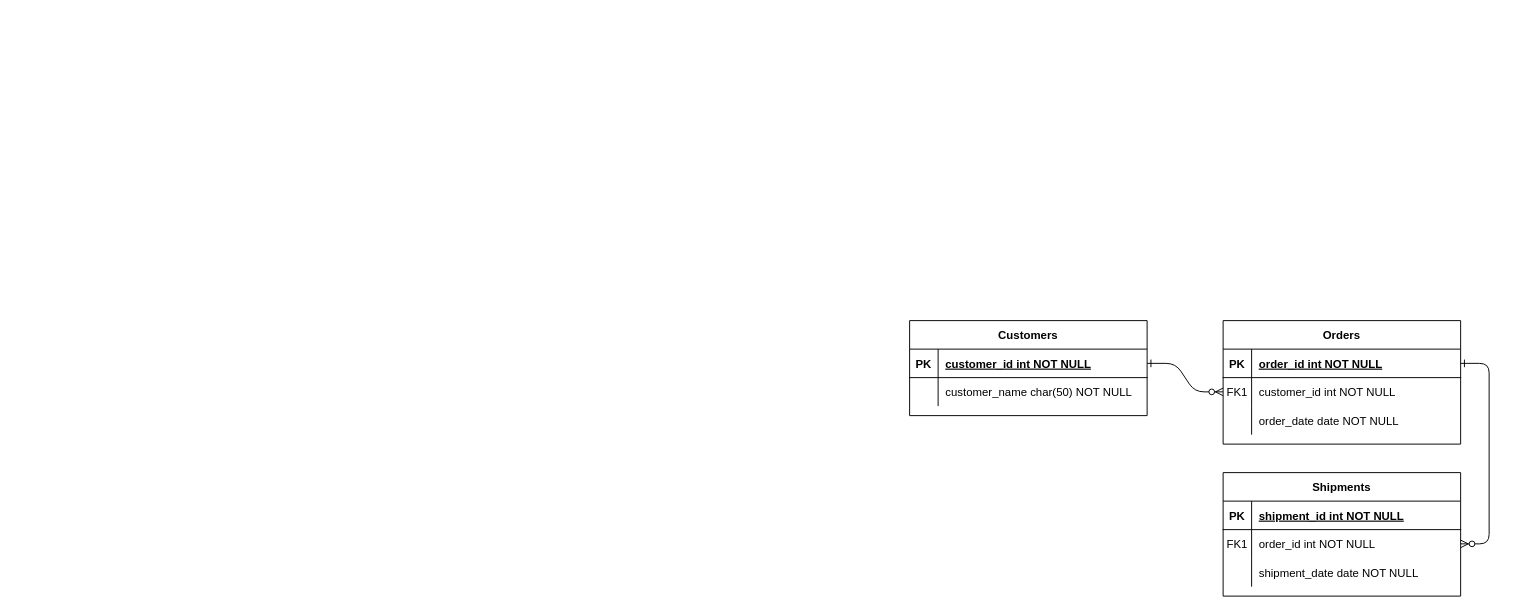
Before: starspace/Untitled Diagram.drawio in DemoNicky/technical-test, a draw.io diagram. Source tidied: cells renumbered, new cells numbered last; positions are measured from the earlier drawing's top-left corner, leaving out a move shared by most shapes. Both pictures are drawn from the tidied source at 95%, with x=0, y=0 at pixel (909, 320).
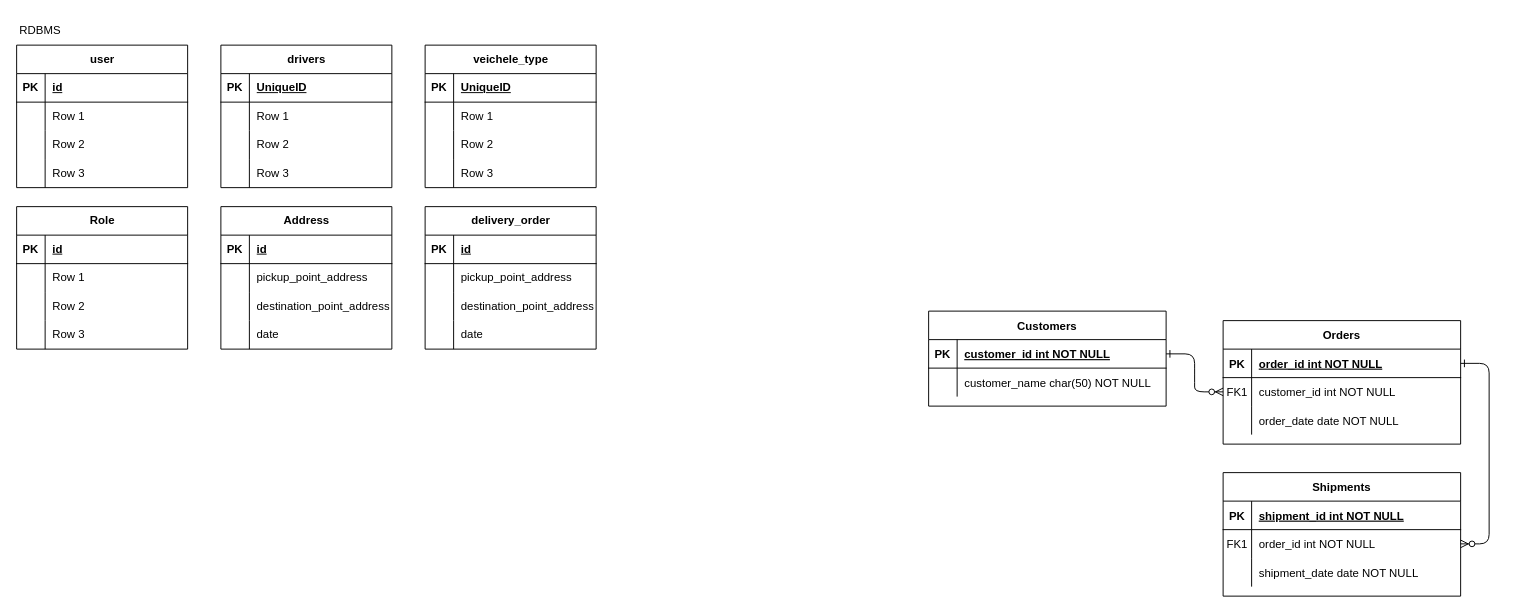
Above is the later version.

Change to the diagram source:
```diff
@@
     <mxCell id="24" value="Customers" style="shape=table;startSize=30;childLayout=tableLayout;rowLines=0;fontStyle=1;align=center;" parent="1" vertex="1">
-      <mxGeometry width="250" height="100" as="geometry" />
+      <mxGeometry x="20" y="-10" width="250" height="100" as="geometry" />
     </mxCell>
@@
+    <mxCell id="31" value="RDBMS" style="text;html=1;align=center;verticalAlign=middle;whiteSpace=wrap;rounded=0;" parent="1" vertex="1">
+      <mxGeometry x="-940" y="-320" width="50" height="30" as="geometry" />
+    </mxCell>
+    <mxCell id="32" value="user" style="shape=table;startSize=30;childLayout=tableLayout;rowLines=0;fontStyle=1;align=center;html=1;" parent="1" vertex="1">
+      <mxGeometry x="-940" y="-290" width="180" height="150" as="geometry" />
+    </mxCell>
+    <mxCell id="33" style="shape=tableRow;horizontal=0;startSize=0;swimlaneHead=0;swimlaneBody=0;fillColor=none;top=0;left=0;right=0;bottom=1;" parent="32" vertex="1">
+      <mxGeometry y="30" width="180" height="30" as="geometry" />
+    </mxCell>
+    <mxCell id="34" value="PK" style="shape=partialRectangle;fillColor=none;top=0;left=0;bottom=0;right=0;fontStyle=1;overflow=hidden;whiteSpace=wrap;html=1;" parent="33" vertex="1">
+      <mxGeometry width="30" height="30" as="geometry" />
+    </mxCell>
+    <mxCell id="35" value="id" style="shape=partialRectangle;fillColor=none;top=0;left=0;bottom=0;right=0;align=left;spacingLeft=6;fontStyle=5;overflow=hidden;whiteSpace=wrap;html=1;" parent="33" vertex="1">
+      <mxGeometry x="30" width="150" height="30" as="geometry" />
+    </mxCell>
+    <mxCell id="36" style="shape=tableRow;horizontal=0;startSize=0;swimlaneHead=0;swimlaneBody=0;fillColor=none;top=0;left=0;right=0;bottom=0;" parent="32" vertex="1">
+      <mxGeometry y="60" width="180" height="30" as="geometry" />
+    </mxCell>
+    <mxCell id="37" style="shape=partialRectangle;fillColor=none;top=0;left=0;bottom=0;right=0;overflow=hidden;whiteSpace=wrap;html=1;" parent="36" vertex="1">
+      <mxGeometry width="30" height="30" as="geometry" />
+    </mxCell>
+    <mxCell id="38" value="Row 1" style="shape=partialRectangle;fillColor=none;top=0;left=0;bottom=0;right=0;align=left;spacingLeft=6;overflow=hidden;whiteSpace=wrap;html=1;" parent="36" vertex="1">
+      <mxGeometry x="30" width="150" height="30" as="geometry" />
+    </mxCell>
+    <mxCell id="39" style="shape=tableRow;horizontal=0;startSize=0;swimlaneHead=0;swimlaneBody=0;fillColor=none;top=0;left=0;right=0;bottom=0;" parent="32" vertex="1">
+      <mxGeometry y="90" width="180" height="30" as="geometry" />
+    </mxCell>
+    <mxCell id="40" style="shape=partialRectangle;fillColor=none;top=0;left=0;bottom=0;right=0;overflow=hidden;whiteSpace=wrap;html=1;" parent="39" vertex="1">
+      <mxGeometry width="30" height="30" as="geometry" />
+    </mxCell>
+    <mxCell id="41" value="Row 2" style="shape=partialRectangle;fillColor=none;top=0;left=0;bottom=0;right=0;align=left;spacingLeft=6;overflow=hidden;whiteSpace=wrap;html=1;" parent="39" vertex="1">
+      <mxGeometry x="30" width="150" height="30" as="geometry" />
+    </mxCell>
+    <mxCell id="42" style="shape=tableRow;horizontal=0;startSize=0;swimlaneHead=0;swimlaneBody=0;fillColor=none;top=0;left=0;right=0;bottom=0;" parent="32" vertex="1">
+      <mxGeometry y="120" width="180" height="30" as="geometry" />
+    </mxCell>
+    <mxCell id="43" style="shape=partialRectangle;fillColor=none;top=0;left=0;bottom=0;right=0;overflow=hidden;whiteSpace=wrap;html=1;" parent="42" vertex="1">
+      <mxGeometry width="30" height="30" as="geometry" />
+    </mxCell>
+    <mxCell id="44" value="Row 3" style="shape=partialRectangle;fillColor=none;top=0;left=0;bottom=0;right=0;align=left;spacingLeft=6;overflow=hidden;whiteSpace=wrap;html=1;" parent="42" vertex="1">
+      <mxGeometry x="30" width="150" height="30" as="geometry" />
+    </mxCell>
+    <mxCell id="45" value="drivers" style="shape=table;startSize=30;childLayout=tableLayout;rowLines=0;fontStyle=1;align=center;html=1;" parent="1" vertex="1">
+      <mxGeometry x="-725" y="-290" width="180" height="150" as="geometry" />
+    </mxCell>
+    <mxCell id="46" style="shape=tableRow;horizontal=0;startSize=0;swimlaneHead=0;swimlaneBody=0;fillColor=none;top=0;left=0;right=0;bottom=1;" parent="45" vertex="1">
+      <mxGeometry y="30" width="180" height="30" as="geometry" />
+    </mxCell>
+    <mxCell id="47" value="PK" style="shape=partialRectangle;fillColor=none;top=0;left=0;bottom=0;right=0;fontStyle=1;overflow=hidden;whiteSpace=wrap;html=1;" parent="46" vertex="1">
+      <mxGeometry width="30" height="30" as="geometry" />
+    </mxCell>
+    <mxCell id="48" value="UniqueID" style="shape=partialRectangle;fillColor=none;top=0;left=0;bottom=0;right=0;align=left;spacingLeft=6;fontStyle=5;overflow=hidden;whiteSpace=wrap;html=1;" parent="46" vertex="1">
+      <mxGeometry x="30" width="150" height="30" as="geometry" />
+    </mxCell>
+    <mxCell id="49" style="shape=tableRow;horizontal=0;startSize=0;swimlaneHead=0;swimlaneBody=0;fillColor=none;top=0;left=0;right=0;bottom=0;" parent="45" vertex="1">
+      <mxGeometry y="60" width="180" height="30" as="geometry" />
+    </mxCell>
+    <mxCell id="50" style="shape=partialRectangle;fillColor=none;top=0;left=0;bottom=0;right=0;overflow=hidden;whiteSpace=wrap;html=1;" parent="49" vertex="1">
+      <mxGeometry width="30" height="30" as="geometry" />
+    </mxCell>
+    <mxCell id="51" value="Row 1" style="shape=partialRectangle;fillColor=none;top=0;left=0;bottom=0;right=0;align=left;spacingLeft=6;overflow=hidden;whiteSpace=wrap;html=1;" parent="49" vertex="1">
+      <mxGeometry x="30" width="150" height="30" as="geometry" />
+    </mxCell>
+    <mxCell id="52" style="shape=tableRow;horizontal=0;startSize=0;swimlaneHead=0;swimlaneBody=0;fillColor=none;top=0;left=0;right=0;bottom=0;" parent="45" vertex="1">
+      <mxGeometry y="90" width="180" height="30" as="geometry" />
+    </mxCell>
+    <mxCell id="53" style="shape=partialRectangle;fillColor=none;top=0;left=0;bottom=0;right=0;overflow=hidden;whiteSpace=wrap;html=1;" parent="52" vertex="1">
+      <mxGeometry width="30" height="30" as="geometry" />
+    </mxCell>
+    <mxCell id="54" value="Row 2" style="shape=partialRectangle;fillColor=none;top=0;left=0;bottom=0;right=0;align=left;spacingLeft=6;overflow=hidden;whiteSpace=wrap;html=1;" parent="52" vertex="1">
+      <mxGeometry x="30" width="150" height="30" as="geometry" />
+    </mxCell>
+    <mxCell id="55" style="shape=tableRow;horizontal=0;startSize=0;swimlaneHead=0;swimlaneBody=0;fillColor=none;top=0;left=0;right=0;bottom=0;" parent="45" vertex="1">
+      <mxGeometry y="120" width="180" height="30" as="geometry" />
+    </mxCell>
+    <mxCell id="56" style="shape=partialRectangle;fillColor=none;top=0;left=0;bottom=0;right=0;overflow=hidden;whiteSpace=wrap;html=1;" parent="55" vertex="1">
+      <mxGeometry width="30" height="30" as="geometry" />
+    </mxCell>
+    <mxCell id="57" value="Row 3" style="shape=partialRectangle;fillColor=none;top=0;left=0;bottom=0;right=0;align=left;spacingLeft=6;overflow=hidden;whiteSpace=wrap;html=1;" parent="55" vertex="1">
+      <mxGeometry x="30" width="150" height="30" as="geometry" />
+    </mxCell>
+    <mxCell id="58" value="veichele_type" style="shape=table;startSize=30;childLayout=tableLayout;rowLines=0;fontStyle=1;align=center;html=1;" parent="1" vertex="1">
+      <mxGeometry x="-510" y="-290" width="180" height="150" as="geometry" />
+    </mxCell>
+    <mxCell id="59" style="shape=tableRow;horizontal=0;startSize=0;swimlaneHead=0;swimlaneBody=0;fillColor=none;top=0;left=0;right=0;bottom=1;" parent="58" vertex="1">
+      <mxGeometry y="30" width="180" height="30" as="geometry" />
+    </mxCell>
+    <mxCell id="60" value="PK" style="shape=partialRectangle;fillColor=none;top=0;left=0;bottom=0;right=0;fontStyle=1;overflow=hidden;whiteSpace=wrap;html=1;" parent="59" vertex="1">
+      <mxGeometry width="30" height="30" as="geometry" />
+    </mxCell>
+    <mxCell id="61" value="UniqueID" style="shape=partialRectangle;fillColor=none;top=0;left=0;bottom=0;right=0;align=left;spacingLeft=6;fontStyle=5;overflow=hidden;whiteSpace=wrap;html=1;" parent="59" vertex="1">
+      <mxGeometry x="30" width="150" height="30" as="geometry" />
+    </mxCell>
+    <mxCell id="62" style="shape=tableRow;horizontal=0;startSize=0;swimlaneHead=0;swimlaneBody=0;fillColor=none;top=0;left=0;right=0;bottom=0;" parent="58" vertex="1">
+      <mxGeometry y="60" width="180" height="30" as="geometry" />
+    </mxCell>
+    <mxCell id="63" style="shape=partialRectangle;fillColor=none;top=0;left=0;bottom=0;right=0;overflow=hidden;whiteSpace=wrap;html=1;" parent="62" vertex="1">
+      <mxGeometry width="30" height="30" as="geometry" />
+    </mxCell>
+    <mxCell id="64" value="Row 1" style="shape=partialRectangle;fillColor=none;top=0;left=0;bottom=0;right=0;align=left;spacingLeft=6;overflow=hidden;whiteSpace=wrap;html=1;" parent="62" vertex="1">
+      <mxGeometry x="30" width="150" height="30" as="geometry" />
+    </mxCell>
+    <mxCell id="65" style="shape=tableRow;horizontal=0;startSize=0;swimlaneHead=0;swimlaneBody=0;fillColor=none;top=0;left=0;right=0;bottom=0;" parent="58" vertex="1">
+      <mxGeometry y="90" width="180" height="30" as="geometry" />
+    </mxCell>
+    <mxCell id="66" style="shape=partialRectangle;fillColor=none;top=0;left=0;bottom=0;right=0;overflow=hidden;whiteSpace=wrap;html=1;" parent="65" vertex="1">
+      <mxGeometry width="30" height="30" as="geometry" />
+    </mxCell>
+    <mxCell id="67" value="Row 2" style="shape=partialRectangle;fillColor=none;top=0;left=0;bottom=0;right=0;align=left;spacingLeft=6;overflow=hidden;whiteSpace=wrap;html=1;" parent="65" vertex="1">
+      <mxGeometry x="30" width="150" height="30" as="geometry" />
+    </mxCell>
+    <mxCell id="68" style="shape=tableRow;horizontal=0;startSize=0;swimlaneHead=0;swimlaneBody=0;fillColor=none;top=0;left=0;right=0;bottom=0;" parent="58" vertex="1">
+      <mxGeometry y="120" width="180" height="30" as="geometry" />
+    </mxCell>
+    <mxCell id="69" style="shape=partialRectangle;fillColor=none;top=0;left=0;bottom=0;right=0;overflow=hidden;whiteSpace=wrap;html=1;" parent="68" vertex="1">
+      <mxGeometry width="30" height="30" as="geometry" />
+    </mxCell>
+    <mxCell id="70" value="Row 3" style="shape=partialRectangle;fillColor=none;top=0;left=0;bottom=0;right=0;align=left;spacingLeft=6;overflow=hidden;whiteSpace=wrap;html=1;" parent="68" vertex="1">
+      <mxGeometry x="30" width="150" height="30" as="geometry" />
+    </mxCell>
+    <mxCell id="71" value="Role" style="shape=table;startSize=30;childLayout=tableLayout;rowLines=0;fontStyle=1;align=center;html=1;" parent="1" vertex="1">
+      <mxGeometry x="-940" y="-120" width="180" height="150" as="geometry" />
+    </mxCell>
+    <mxCell id="72" style="shape=tableRow;horizontal=0;startSize=0;swimlaneHead=0;swimlaneBody=0;fillColor=none;top=0;left=0;right=0;bottom=1;" parent="71" vertex="1">
+      <mxGeometry y="30" width="180" height="30" as="geometry" />
+    </mxCell>
+    <mxCell id="73" value="PK" style="shape=partialRectangle;fillColor=none;top=0;left=0;bottom=0;right=0;fontStyle=1;overflow=hidden;whiteSpace=wrap;html=1;" parent="72" vertex="1">
+      <mxGeometry width="30" height="30" as="geometry" />
+    </mxCell>
+    <mxCell id="74" value="id" style="shape=partialRectangle;fillColor=none;top=0;left=0;bottom=0;right=0;align=left;spacingLeft=6;fontStyle=5;overflow=hidden;whiteSpace=wrap;html=1;" parent="72" vertex="1">
+      <mxGeometry x="30" width="150" height="30" as="geometry" />
+    </mxCell>
+    <mxCell id="75" style="shape=tableRow;horizontal=0;startSize=0;swimlaneHead=0;swimlaneBody=0;fillColor=none;top=0;left=0;right=0;bottom=0;" parent="71" vertex="1">
+      <mxGeometry y="60" width="180" height="30" as="geometry" />
+    </mxCell>
+    <mxCell id="76" style="shape=partialRectangle;fillColor=none;top=0;left=0;bottom=0;right=0;overflow=hidden;whiteSpace=wrap;html=1;" parent="75" vertex="1">
+      <mxGeometry width="30" height="30" as="geometry" />
+    </mxCell>
+    <mxCell id="77" value="Row 1" style="shape=partialRectangle;fillColor=none;top=0;left=0;bottom=0;right=0;align=left;spacingLeft=6;overflow=hidden;whiteSpace=wrap;html=1;" parent="75" vertex="1">
+      <mxGeometry x="30" width="150" height="30" as="geometry" />
+    </mxCell>
+    <mxCell id="78" style="shape=tableRow;horizontal=0;startSize=0;swimlaneHead=0;swimlaneBody=0;fillColor=none;top=0;left=0;right=0;bottom=0;" parent="71" vertex="1">
+      <mxGeometry y="90" width="180" height="30" as="geometry" />
+    </mxCell>
+    <mxCell id="79" style="shape=partialRectangle;fillColor=none;top=0;left=0;bottom=0;right=0;overflow=hidden;whiteSpace=wrap;html=1;" parent="78" vertex="1">
+      <mxGeometry width="30" height="30" as="geometry" />
+    </mxCell>
+    <mxCell id="80" value="Row 2" style="shape=partialRectangle;fillColor=none;top=0;left=0;bottom=0;right=0;align=left;spacingLeft=6;overflow=hidden;whiteSpace=wrap;html=1;" parent="78" vertex="1">
+      <mxGeometry x="30" width="150" height="30" as="geometry" />
+    </mxCell>
+    <mxCell id="81" style="shape=tableRow;horizontal=0;startSize=0;swimlaneHead=0;swimlaneBody=0;fillColor=none;top=0;left=0;right=0;bottom=0;" parent="71" vertex="1">
+      <mxGeometry y="120" width="180" height="30" as="geometry" />
+    </mxCell>
+    <mxCell id="82" style="shape=partialRectangle;fillColor=none;top=0;left=0;bottom=0;right=0;overflow=hidden;whiteSpace=wrap;html=1;" parent="81" vertex="1">
+      <mxGeometry width="30" height="30" as="geometry" />
+    </mxCell>
+    <mxCell id="83" value="Row 3" style="shape=partialRectangle;fillColor=none;top=0;left=0;bottom=0;right=0;align=left;spacingLeft=6;overflow=hidden;whiteSpace=wrap;html=1;" parent="81" vertex="1">
+      <mxGeometry x="30" width="150" height="30" as="geometry" />
+    </mxCell>
+    <mxCell id="84" value="Address" style="shape=table;startSize=30;childLayout=tableLayout;rowLines=0;fontStyle=1;align=center;html=1;" parent="1" vertex="1">
+      <mxGeometry x="-725" y="-120" width="180" height="150" as="geometry" />
+    </mxCell>
+    <mxCell id="85" style="shape=tableRow;horizontal=0;startSize=0;swimlaneHead=0;swimlaneBody=0;fillColor=none;top=0;left=0;right=0;bottom=1;" parent="84" vertex="1">
+      <mxGeometry y="30" width="180" height="30" as="geometry" />
+    </mxCell>
+    <mxCell id="86" value="PK" style="shape=partialRectangle;fillColor=none;top=0;left=0;bottom=0;right=0;fontStyle=1;overflow=hidden;whiteSpace=wrap;html=1;" parent="85" vertex="1">
+      <mxGeometry width="30" height="30" as="geometry" />
+    </mxCell>
+    <mxCell id="87" value="id" style="shape=partialRectangle;fillColor=none;top=0;left=0;bottom=0;right=0;align=left;spacingLeft=6;fontStyle=5;overflow=hidden;whiteSpace=wrap;html=1;" parent="85" vertex="1">
+      <mxGeometry x="30" width="150" height="30" as="geometry" />
+    </mxCell>
+    <mxCell id="88" style="shape=tableRow;horizontal=0;startSize=0;swimlaneHead=0;swimlaneBody=0;fillColor=none;top=0;left=0;right=0;bottom=0;" parent="84" vertex="1">
+      <mxGeometry y="60" width="180" height="30" as="geometry" />
+    </mxCell>
+    <mxCell id="89" style="shape=partialRectangle;fillColor=none;top=0;left=0;bottom=0;right=0;overflow=hidden;whiteSpace=wrap;html=1;" parent="88" vertex="1">
+      <mxGeometry width="30" height="30" as="geometry" />
+    </mxCell>
+    <mxCell id="90" value="pickup_point_address" style="shape=partialRectangle;fillColor=none;top=0;left=0;bottom=0;right=0;align=left;spacingLeft=6;overflow=hidden;whiteSpace=wrap;html=1;" parent="88" vertex="1">
+      <mxGeometry x="30" width="150" height="30" as="geometry" />
+    </mxCell>
+    <mxCell id="91" style="shape=tableRow;horizontal=0;startSize=0;swimlaneHead=0;swimlaneBody=0;fillColor=none;top=0;left=0;right=0;bottom=0;" parent="84" vertex="1">
+      <mxGeometry y="90" width="180" height="30" as="geometry" />
+    </mxCell>
+    <mxCell id="92" style="shape=partialRectangle;fillColor=none;top=0;left=0;bottom=0;right=0;overflow=hidden;whiteSpace=wrap;html=1;" parent="91" vertex="1">
+      <mxGeometry width="30" height="30" as="geometry" />
+    </mxCell>
+    <mxCell id="93" value="destination_point_address" style="shape=partialRectangle;fillColor=none;top=0;left=0;bottom=0;right=0;align=left;spacingLeft=6;overflow=hidden;whiteSpace=wrap;html=1;" parent="91" vertex="1">
+      <mxGeometry x="30" width="150" height="30" as="geometry" />
+    </mxCell>
+    <mxCell id="94" style="shape=tableRow;horizontal=0;startSize=0;swimlaneHead=0;swimlaneBody=0;fillColor=none;top=0;left=0;right=0;bottom=0;" parent="84" vertex="1">
+      <mxGeometry y="120" width="180" height="30" as="geometry" />
+    </mxCell>
+    <mxCell id="95" style="shape=partialRectangle;fillColor=none;top=0;left=0;bottom=0;right=0;overflow=hidden;whiteSpace=wrap;html=1;" parent="94" vertex="1">
+      <mxGeometry width="30" height="30" as="geometry" />
+    </mxCell>
+    <mxCell id="96" value="date" style="shape=partialRectangle;fillColor=none;top=0;left=0;bottom=0;right=0;align=left;spacingLeft=6;overflow=hidden;whiteSpace=wrap;html=1;" parent="94" vertex="1">
+      <mxGeometry x="30" width="150" height="30" as="geometry" />
+    </mxCell>
+    <mxCell id="97" value="delivery_order" style="shape=table;startSize=30;childLayout=tableLayout;rowLines=0;fontStyle=1;align=center;html=1;" parent="1" vertex="1">
+      <mxGeometry x="-510" y="-120" width="180" height="150" as="geometry" />
+    </mxCell>
+    <mxCell id="98" style="shape=tableRow;horizontal=0;startSize=0;swimlaneHead=0;swimlaneBody=0;fillColor=none;top=0;left=0;right=0;bottom=1;" parent="97" vertex="1">
+      <mxGeometry y="30" width="180" height="30" as="geometry" />
+    </mxCell>
+    <mxCell id="99" value="PK" style="shape=partialRectangle;fillColor=none;top=0;left=0;bottom=0;right=0;fontStyle=1;overflow=hidden;whiteSpace=wrap;html=1;" parent="98" vertex="1">
+      <mxGeometry width="30" height="30" as="geometry" />
+    </mxCell>
+    <mxCell id="100" value="id" style="shape=partialRectangle;fillColor=none;top=0;left=0;bottom=0;right=0;align=left;spacingLeft=6;fontStyle=5;overflow=hidden;whiteSpace=wrap;html=1;" parent="98" vertex="1">
+      <mxGeometry x="30" width="150" height="30" as="geometry" />
+    </mxCell>
+    <mxCell id="101" style="shape=tableRow;horizontal=0;startSize=0;swimlaneHead=0;swimlaneBody=0;fillColor=none;top=0;left=0;right=0;bottom=0;" parent="97" vertex="1">
+      <mxGeometry y="60" width="180" height="30" as="geometry" />
+    </mxCell>
+    <mxCell id="102" style="shape=partialRectangle;fillColor=none;top=0;left=0;bottom=0;right=0;overflow=hidden;whiteSpace=wrap;html=1;" parent="101" vertex="1">
+      <mxGeometry width="30" height="30" as="geometry" />
+    </mxCell>
+    <mxCell id="103" value="pickup_point_address" style="shape=partialRectangle;fillColor=none;top=0;left=0;bottom=0;right=0;align=left;spacingLeft=6;overflow=hidden;whiteSpace=wrap;html=1;" parent="101" vertex="1">
+      <mxGeometry x="30" width="150" height="30" as="geometry" />
+    </mxCell>
+    <mxCell id="104" style="shape=tableRow;horizontal=0;startSize=0;swimlaneHead=0;swimlaneBody=0;fillColor=none;top=0;left=0;right=0;bottom=0;" parent="97" vertex="1">
+      <mxGeometry y="90" width="180" height="30" as="geometry" />
+    </mxCell>
+    <mxCell id="105" style="shape=partialRectangle;fillColor=none;top=0;left=0;bottom=0;right=0;overflow=hidden;whiteSpace=wrap;html=1;" parent="104" vertex="1">
+      <mxGeometry width="30" height="30" as="geometry" />
+    </mxCell>
+    <mxCell id="106" value="destination_point_address" style="shape=partialRectangle;fillColor=none;top=0;left=0;bottom=0;right=0;align=left;spacingLeft=6;overflow=hidden;whiteSpace=wrap;html=1;" parent="104" vertex="1">
+      <mxGeometry x="30" width="150" height="30" as="geometry" />
+    </mxCell>
+    <mxCell id="107" style="shape=tableRow;horizontal=0;startSize=0;swimlaneHead=0;swimlaneBody=0;fillColor=none;top=0;left=0;right=0;bottom=0;" parent="97" vertex="1">
+      <mxGeometry y="120" width="180" height="30" as="geometry" />
+    </mxCell>
+    <mxCell id="108" style="shape=partialRectangle;fillColor=none;top=0;left=0;bottom=0;right=0;overflow=hidden;whiteSpace=wrap;html=1;" parent="107" vertex="1">
+      <mxGeometry width="30" height="30" as="geometry" />
+    </mxCell>
+    <mxCell id="109" value="date" style="shape=partialRectangle;fillColor=none;top=0;left=0;bottom=0;right=0;align=left;spacingLeft=6;overflow=hidden;whiteSpace=wrap;html=1;" parent="107" vertex="1">
+      <mxGeometry x="30" width="150" height="30" as="geometry" />
+    </mxCell>
```
